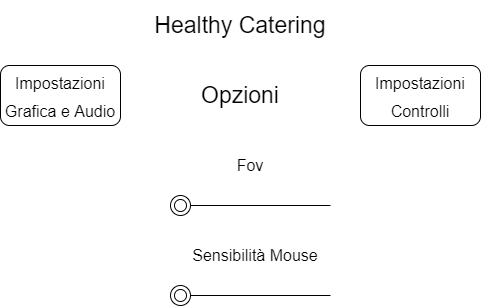
Earlier version of the draw.io export doc/img/MenuOpzioni(Controlli).png (zSavT/Healthy-Catering). Source tidied: cells renumbered, new cells last; positions are measured from the earlier drawing's top-left corner, leaving out a move shared by most shapes.
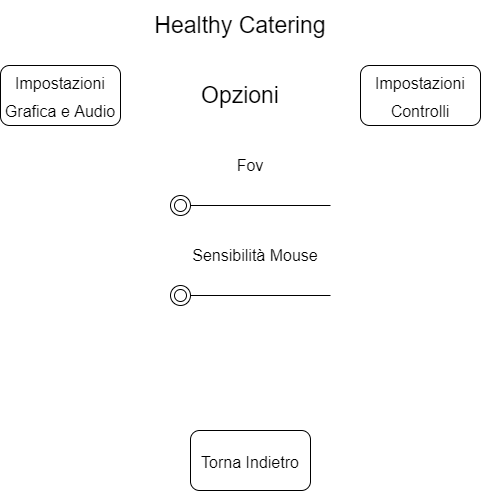
After the commit.

The edit, as a diff of the source:
```diff
@@ -32,5 +32,8 @@
     <mxCell id="11" style="ellipse;shape=doubleEllipse;whiteSpace=wrap;html=1;fontSize=16;" parent="1" vertex="1">
       <mxGeometry x="170" y="285" width="20" height="20" as="geometry" />
     </mxCell>
+    <mxCell id="12" value="&lt;font style=&quot;font-size: 16px&quot;&gt;Torna Indietro&lt;/font&gt;" style="rounded=1;whiteSpace=wrap;html=1;fontSize=23;" parent="1" vertex="1">
+      <mxGeometry x="190" y="430" width="120" height="60" as="geometry" />
+    </mxCell>
   </root>
 </mxGraphModel>
```
